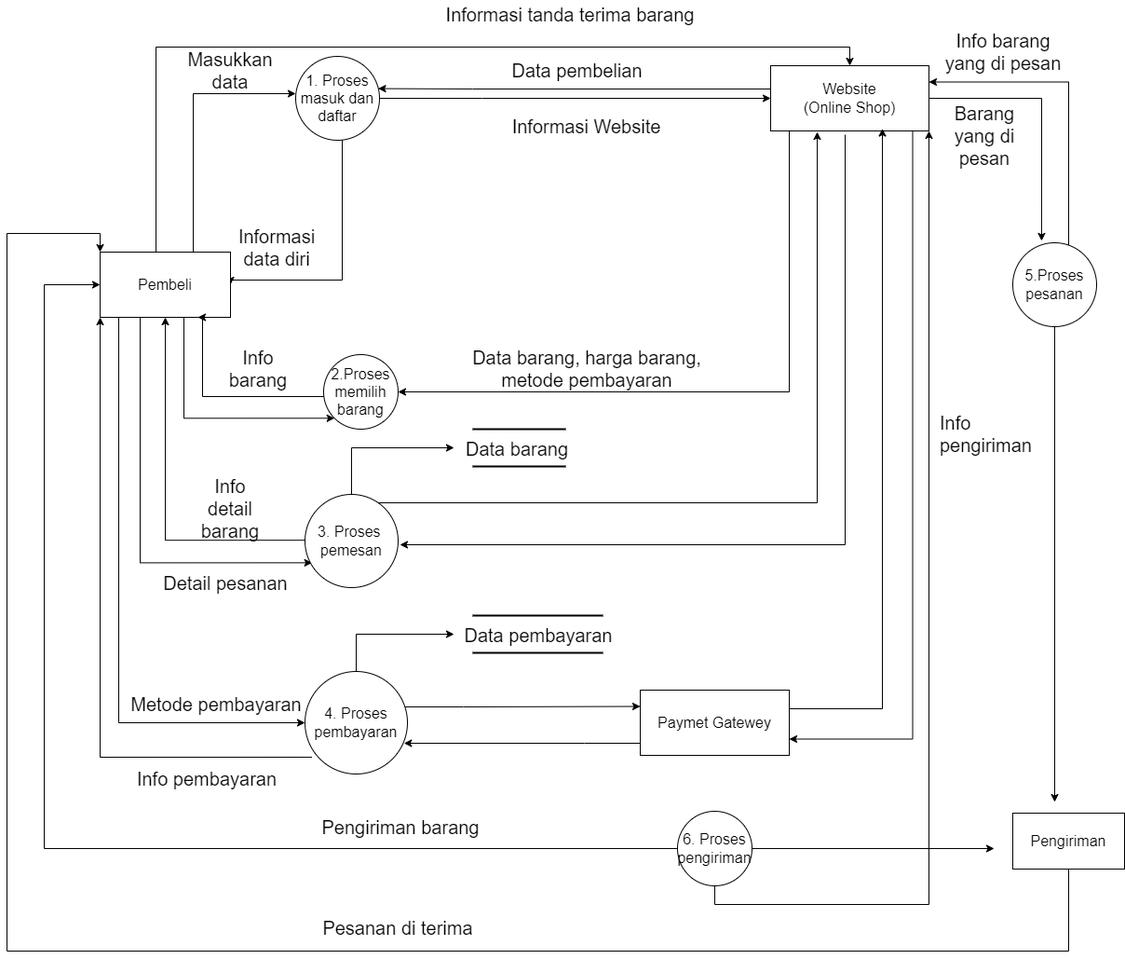
The draw.io diagram DFD Level 0.png in Reihan1112/Reihan1122, before a commit. Source tidied: cells renumbered, new cells last; positions are measured from the earlier drawing's top-left corner, leaving out a move shared by most shapes.
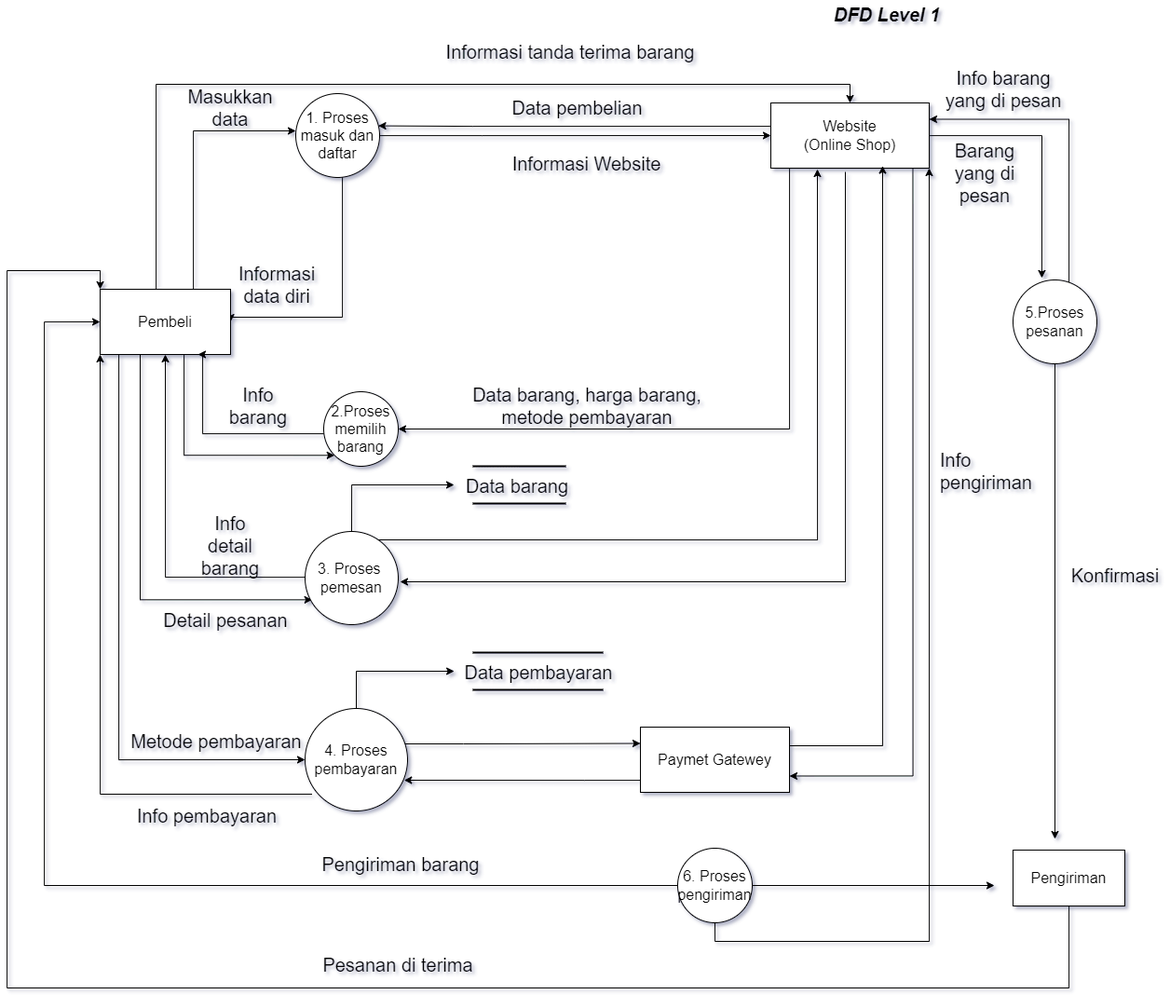
Above is the later version.

Commit message:
DFD Level 1.png

The edit, as a diff of the source:
```diff
@@ -1,4 +1,4 @@
-<mxGraphModel>
+<mxGraphModel shadow="1">
   <root>
     <mxCell id="0" />
     <mxCell id="1" parent="0" />
@@ -20,14 +20,14 @@
     <mxCell id="4" value="1. Proses&lt;br&gt;masuk dan daftar" style="ellipse;whiteSpace=wrap;html=1;fontSize=16;" parent="1" vertex="1">
       <mxGeometry x="310" y="60" width="90" height="90" as="geometry" />
     </mxCell>
-    <mxCell id="5" style="edgeStyle=orthogonalEdgeStyle;rounded=0;jettySize=auto;html=1;fontSize=16;" parent="1" edge="1" source="10">
-      <mxGeometry relative="1" as="geometry">
-        <mxPoint x="310" y="100" as="targetPoint" />
-        <Array as="points">
-          <mxPoint x="200" y="100" />
-        </Array>
-      </mxGeometry>
-    </mxCell>
+    <mxCell id="62" style="edgeStyle=orthogonalEdgeStyle;rounded=0;jettySize=auto;html=1;fontSize=16;" parent="1" edge="1" source="10">
+      <mxGeometry relative="1" as="geometry">
+        <mxPoint x="310" y="100" as="targetPoint" />
+        <Array as="points">
+          <mxPoint x="200" y="100" />
+        </Array>
+      </mxGeometry>
+    </mxCell>
     <mxCell id="6" style="edgeStyle=orthogonalEdgeStyle;rounded=0;jettySize=auto;html=1;fontSize=16;entryX=0;entryY=1;entryDx=0;entryDy=0;" parent="1" edge="1" source="10" target="12">
       <mxGeometry relative="1" as="geometry">
         <Array as="points">
@@ -35,26 +35,26 @@
         </Array>
       </mxGeometry>
     </mxCell>
-    <mxCell id="7" style="edgeStyle=orthogonalEdgeStyle;rounded=0;orthogonalLoop=1;jettySize=auto;html=1;fontSize=16;entryX=0;entryY=1;entryDx=0;entryDy=0;" parent="1" edge="1">
-      <mxGeometry relative="1" as="geometry">
-        <mxPoint x="143" y="288" as="sourcePoint" />
-        <mxPoint x="327.6" y="603.4" as="targetPoint" />
-        <Array as="points">
-          <mxPoint x="143" y="280" />
-          <mxPoint x="143" y="603" />
-        </Array>
-      </mxGeometry>
-    </mxCell>
-    <mxCell id="8" style="edgeStyle=orthogonalEdgeStyle;rounded=0;orthogonalLoop=1;jettySize=auto;html=1;fontSize=16;strokeWidth=1;exitX=0.125;exitY=0.993;exitDx=0;exitDy=0;exitPerimeter=0;entryX=0;entryY=0.5;entryDx=0;entryDy=0;" parent="1" edge="1">
-      <mxGeometry relative="1" as="geometry">
-        <mxPoint x="117.5" y="339.5" as="sourcePoint" />
-        <mxPoint x="320" y="775" as="targetPoint" />
-        <Array as="points">
-          <mxPoint x="120" y="340" />
-          <mxPoint x="120" y="775" />
-        </Array>
-      </mxGeometry>
-    </mxCell>
+    <mxCell id="63" style="edgeStyle=orthogonalEdgeStyle;rounded=0;orthogonalLoop=1;jettySize=auto;html=1;fontSize=16;entryX=0;entryY=1;entryDx=0;entryDy=0;" parent="1" edge="1">
+      <mxGeometry relative="1" as="geometry">
+        <mxPoint x="143" y="288" as="sourcePoint" />
+        <mxPoint x="327.6" y="603.4" as="targetPoint" />
+        <Array as="points">
+          <mxPoint x="143" y="280" />
+          <mxPoint x="143" y="603" />
+        </Array>
+      </mxGeometry>
+    </mxCell>
+    <mxCell id="64" style="edgeStyle=orthogonalEdgeStyle;rounded=0;orthogonalLoop=1;jettySize=auto;html=1;fontSize=16;strokeWidth=1;exitX=0.125;exitY=0.993;exitDx=0;exitDy=0;exitPerimeter=0;entryX=0;entryY=0.5;entryDx=0;entryDy=0;" parent="1" edge="1">
+      <mxGeometry relative="1" as="geometry">
+        <mxPoint x="117.5" y="339.5" as="sourcePoint" />
+        <mxPoint x="320" y="775" as="targetPoint" />
+        <Array as="points">
+          <mxPoint x="120" y="340" />
+          <mxPoint x="120" y="775" />
+        </Array>
+      </mxGeometry>
+    </mxCell>
     <mxCell id="9" style="edgeStyle=orthogonalEdgeStyle;rounded=0;jettySize=auto;html=1;fontSize=16;strokeWidth=1;entryX=0.5;entryY=0;entryDx=0;entryDy=0;" parent="1" edge="1" source="10" target="30">
       <mxGeometry relative="1" as="geometry">
         <Array as="points">
@@ -76,57 +76,57 @@
     <mxCell id="12" value="2.Proses&lt;br&gt;memilih barang" style="ellipse;whiteSpace=wrap;html=1;fontSize=16;" parent="1" vertex="1">
       <mxGeometry x="340" y="380" width="80" height="80" as="geometry" />
     </mxCell>
-    <mxCell id="13" style="edgeStyle=orthogonalEdgeStyle;rounded=0;jettySize=auto;html=1;fontSize=16;exitX=0.5;exitY=0;exitDx=0;exitDy=0;" parent="1" edge="1" source="16">
-      <mxGeometry relative="1" as="geometry">
-        <mxPoint x="480" y="480" as="targetPoint" />
-        <Array as="points">
-          <mxPoint x="370" y="480" />
-        </Array>
-      </mxGeometry>
-    </mxCell>
-    <mxCell id="14" style="edgeStyle=orthogonalEdgeStyle;rounded=0;orthogonalLoop=1;jettySize=auto;html=1;fontSize=16;" parent="1" edge="1">
-      <mxGeometry relative="1" as="geometry">
-        <mxPoint x="332" y="579.2" as="sourcePoint" />
-        <mxPoint x="170" y="340" as="targetPoint" />
-      </mxGeometry>
-    </mxCell>
-    <mxCell id="15" style="edgeStyle=orthogonalEdgeStyle;rounded=0;orthogonalLoop=1;jettySize=auto;html=1;fontSize=16;strokeWidth=1;entryX=0.353;entryY=1.029;entryDx=0;entryDy=0;entryPerimeter=0;" parent="1" edge="1">
-      <mxGeometry relative="1" as="geometry">
-        <mxPoint x="390" y="539" as="sourcePoint" />
-        <mxPoint x="870" y="141" as="targetPoint" />
-        <Array as="points">
-          <mxPoint x="870" y="539" />
-        </Array>
-      </mxGeometry>
-    </mxCell>
+    <mxCell id="65" style="edgeStyle=orthogonalEdgeStyle;rounded=0;jettySize=auto;html=1;fontSize=16;exitX=0.5;exitY=0;exitDx=0;exitDy=0;" parent="1" edge="1" source="16">
+      <mxGeometry relative="1" as="geometry">
+        <mxPoint x="480" y="480" as="targetPoint" />
+        <Array as="points">
+          <mxPoint x="370" y="480" />
+        </Array>
+      </mxGeometry>
+    </mxCell>
+    <mxCell id="66" style="edgeStyle=orthogonalEdgeStyle;rounded=0;orthogonalLoop=1;jettySize=auto;html=1;fontSize=16;" parent="1" edge="1">
+      <mxGeometry relative="1" as="geometry">
+        <mxPoint x="332" y="579.2" as="sourcePoint" />
+        <mxPoint x="170" y="340" as="targetPoint" />
+      </mxGeometry>
+    </mxCell>
+    <mxCell id="67" style="edgeStyle=orthogonalEdgeStyle;rounded=0;orthogonalLoop=1;jettySize=auto;html=1;fontSize=16;strokeWidth=1;entryX=0.353;entryY=1.029;entryDx=0;entryDy=0;entryPerimeter=0;" parent="1" edge="1">
+      <mxGeometry relative="1" as="geometry">
+        <mxPoint x="390" y="539" as="sourcePoint" />
+        <mxPoint x="870" y="141" as="targetPoint" />
+        <Array as="points">
+          <mxPoint x="870" y="539" />
+        </Array>
+      </mxGeometry>
+    </mxCell>
     <mxCell id="16" value="3. Proses&amp;nbsp;&lt;br&gt;pemesan" style="ellipse;whiteSpace=wrap;html=1;fontSize=16;" parent="1" vertex="1">
       <mxGeometry x="320" y="530" width="100" height="100" as="geometry" />
     </mxCell>
-    <mxCell id="17" style="endArrow=none;html=1;rounded=0;fontSize=16;strokeWidth=2;" parent="1" edge="1">
-      <mxGeometry relative="1" as="geometry">
-        <mxPoint x="500" y="460" as="sourcePoint" />
-        <mxPoint x="600" y="460" as="targetPoint" />
-      </mxGeometry>
-    </mxCell>
-    <mxCell id="18" style="endArrow=none;html=1;rounded=0;fontSize=16;strokeWidth=2;" parent="1" edge="1">
-      <mxGeometry relative="1" as="geometry">
-        <mxPoint x="500" y="500" as="sourcePoint" />
-        <mxPoint x="600" y="500" as="targetPoint" />
-        <Array as="points">
-          <mxPoint x="540" y="500" />
-        </Array>
-      </mxGeometry>
-    </mxCell>
-    <mxCell id="19" style="edgeStyle=orthogonalEdgeStyle;rounded=0;orthogonalLoop=1;jettySize=auto;html=1;fontSize=16;strokeWidth=1;" parent="1" edge="1">
-      <mxGeometry relative="1" as="geometry">
-        <mxPoint x="375" y="722" as="sourcePoint" />
-        <mxPoint x="480" y="680" as="targetPoint" />
-        <Array as="points">
-          <mxPoint x="375" y="680" />
-          <mxPoint x="480" y="680" />
-        </Array>
-      </mxGeometry>
-    </mxCell>
+    <mxCell id="68" style="endArrow=none;html=1;rounded=0;fontSize=16;strokeWidth=2;" parent="1" edge="1">
+      <mxGeometry relative="1" as="geometry">
+        <mxPoint x="500" y="460" as="sourcePoint" />
+        <mxPoint x="600" y="460" as="targetPoint" />
+      </mxGeometry>
+    </mxCell>
+    <mxCell id="69" style="endArrow=none;html=1;rounded=0;fontSize=16;strokeWidth=2;" parent="1" edge="1">
+      <mxGeometry relative="1" as="geometry">
+        <mxPoint x="500" y="500" as="sourcePoint" />
+        <mxPoint x="600" y="500" as="targetPoint" />
+        <Array as="points">
+          <mxPoint x="540" y="500" />
+        </Array>
+      </mxGeometry>
+    </mxCell>
+    <mxCell id="70" style="edgeStyle=orthogonalEdgeStyle;rounded=0;orthogonalLoop=1;jettySize=auto;html=1;fontSize=16;strokeWidth=1;" parent="1" edge="1">
+      <mxGeometry relative="1" as="geometry">
+        <mxPoint x="375" y="722" as="sourcePoint" />
+        <mxPoint x="480" y="680" as="targetPoint" />
+        <Array as="points">
+          <mxPoint x="375" y="680" />
+          <mxPoint x="480" y="680" />
+        </Array>
+      </mxGeometry>
+    </mxCell>
     <mxCell id="20" style="edgeStyle=orthogonalEdgeStyle;rounded=0;jettySize=auto;html=1;fontSize=16;strokeWidth=1;exitX=0.068;exitY=0.836;exitDx=0;exitDy=0;exitPerimeter=0;entryX=0;entryY=1;entryDx=0;entryDy=0;" parent="1" edge="1" source="22" target="10">
       <mxGeometry relative="1" as="geometry">
         <Array as="points">
@@ -145,18 +145,18 @@
     <mxCell id="22" value="4. Proses pembayaran" style="ellipse;whiteSpace=wrap;html=1;fontSize=16;" parent="1" vertex="1">
       <mxGeometry x="320" y="720" width="110" height="110" as="geometry" />
     </mxCell>
-    <mxCell id="23" style="endArrow=none;html=1;rounded=0;fontSize=16;strokeWidth=2;" parent="1" edge="1">
-      <mxGeometry relative="1" as="geometry">
-        <mxPoint x="500" y="700" as="sourcePoint" />
-        <mxPoint x="640" y="700" as="targetPoint" />
-      </mxGeometry>
-    </mxCell>
-    <mxCell id="24" style="endArrow=none;html=1;rounded=0;fontSize=16;strokeWidth=2;" parent="1" edge="1">
-      <mxGeometry relative="1" as="geometry">
-        <mxPoint x="500" y="660" as="sourcePoint" />
-        <mxPoint x="640" y="660" as="targetPoint" />
-      </mxGeometry>
-    </mxCell>
+    <mxCell id="71" style="endArrow=none;html=1;rounded=0;fontSize=16;strokeWidth=2;" parent="1" edge="1">
+      <mxGeometry relative="1" as="geometry">
+        <mxPoint x="500" y="700" as="sourcePoint" />
+        <mxPoint x="640" y="700" as="targetPoint" />
+      </mxGeometry>
+    </mxCell>
+    <mxCell id="72" style="endArrow=none;html=1;rounded=0;fontSize=16;strokeWidth=2;" parent="1" edge="1">
+      <mxGeometry relative="1" as="geometry">
+        <mxPoint x="500" y="660" as="sourcePoint" />
+        <mxPoint x="640" y="660" as="targetPoint" />
+      </mxGeometry>
+    </mxCell>
     <mxCell id="25" style="edgeStyle=orthogonalEdgeStyle;rounded=0;jettySize=auto;html=1;entryX=0.984;entryY=0.384;entryDx=0;entryDy=0;entryPerimeter=0;fontSize=16;strokeWidth=1;" parent="1" edge="1" source="30" target="4">
       <mxGeometry relative="1" as="geometry">
         <Array as="points">
@@ -172,16 +172,16 @@
         </Array>
       </mxGeometry>
     </mxCell>
-    <mxCell id="27" style="edgeStyle=orthogonalEdgeStyle;rounded=0;orthogonalLoop=1;jettySize=auto;html=1;fontSize=16;strokeWidth=1;entryX=1;entryY=0.5;entryDx=0;entryDy=0;" parent="1" edge="1">
-      <mxGeometry relative="1" as="geometry">
-        <mxPoint x="900" y="144" as="sourcePoint" />
-        <mxPoint x="422" y="584" as="targetPoint" />
-        <Array as="points">
-          <mxPoint x="900" y="144" />
-          <mxPoint x="900" y="584" />
-        </Array>
-      </mxGeometry>
-    </mxCell>
+    <mxCell id="73" style="edgeStyle=orthogonalEdgeStyle;rounded=0;orthogonalLoop=1;jettySize=auto;html=1;fontSize=16;strokeWidth=1;entryX=1;entryY=0.5;entryDx=0;entryDy=0;" parent="1" edge="1">
+      <mxGeometry relative="1" as="geometry">
+        <mxPoint x="900" y="144" as="sourcePoint" />
+        <mxPoint x="422" y="584" as="targetPoint" />
+        <Array as="points">
+          <mxPoint x="900" y="144" />
+          <mxPoint x="900" y="584" />
+        </Array>
+      </mxGeometry>
+    </mxCell>
     <mxCell id="28" style="edgeStyle=orthogonalEdgeStyle;rounded=0;jettySize=auto;html=1;fontSize=16;strokeWidth=1;entryX=1;entryY=0.75;entryDx=0;entryDy=0;exitX=0.897;exitY=0.993;exitDx=0;exitDy=0;exitPerimeter=0;" parent="1" edge="1" source="30" target="33">
       <mxGeometry relative="1" as="geometry" />
     </mxCell>
@@ -199,14 +199,14 @@
         </Array>
       </mxGeometry>
     </mxCell>
-    <mxCell id="32" style="edgeStyle=orthogonalEdgeStyle;rounded=0;jettySize=auto;html=1;fontSize=16;strokeWidth=1;" parent="1" edge="1" source="33">
-      <mxGeometry relative="1" as="geometry">
-        <mxPoint x="940" y="137.5" as="targetPoint" />
-        <Array as="points">
-          <mxPoint x="940" y="760" />
-        </Array>
-      </mxGeometry>
-    </mxCell>
+    <mxCell id="74" style="edgeStyle=orthogonalEdgeStyle;rounded=0;jettySize=auto;html=1;fontSize=16;strokeWidth=1;" parent="1" edge="1" source="33">
+      <mxGeometry relative="1" as="geometry">
+        <mxPoint x="940" y="137.5" as="targetPoint" />
+        <Array as="points">
+          <mxPoint x="940" y="760" />
+        </Array>
+      </mxGeometry>
+    </mxCell>
     <mxCell id="33" value="Paymet Gatewey" style="rounded=0;whiteSpace=wrap;html=1;fontSize=16;" parent="1" vertex="1">
       <mxGeometry x="680" y="740" width="160" height="70" as="geometry" />
     </mxCell>
@@ -217,11 +217,11 @@
         </Array>
       </mxGeometry>
     </mxCell>
-    <mxCell id="35" style="edgeStyle=orthogonalEdgeStyle;rounded=0;jettySize=auto;html=1;fontSize=16;strokeWidth=1;" parent="1" edge="1" source="36">
-      <mxGeometry relative="1" as="geometry">
-        <mxPoint x="1125" y="860" as="targetPoint" />
-      </mxGeometry>
-    </mxCell>
+    <mxCell id="75" style="edgeStyle=orthogonalEdgeStyle;rounded=0;jettySize=auto;html=1;fontSize=16;strokeWidth=1;" parent="1" edge="1" source="36">
+      <mxGeometry relative="1" as="geometry">
+        <mxPoint x="1125" y="860" as="targetPoint" />
+      </mxGeometry>
+    </mxCell>
     <mxCell id="36" value="5.Proses&lt;br&gt;pesanan" style="ellipse;whiteSpace=wrap;html=1;fontSize=16;" parent="1" vertex="1">
       <mxGeometry x="1080" y="260" width="90" height="90" as="geometry" />
     </mxCell>
@@ -238,11 +238,11 @@
     <mxCell id="38" value="Pengiriman" style="rounded=0;whiteSpace=wrap;html=1;fontSize=16;" parent="1" vertex="1">
       <mxGeometry x="1080" y="872" width="120" height="60" as="geometry" />
     </mxCell>
-    <mxCell id="39" style="edgeStyle=orthogonalEdgeStyle;rounded=0;jettySize=auto;html=1;fontSize=16;strokeWidth=1;" parent="1" edge="1" source="42">
-      <mxGeometry relative="1" as="geometry">
-        <mxPoint x="1060" y="910" as="targetPoint" />
-      </mxGeometry>
-    </mxCell>
+    <mxCell id="76" style="edgeStyle=orthogonalEdgeStyle;rounded=0;jettySize=auto;html=1;fontSize=16;strokeWidth=1;" parent="1" edge="1" source="42">
+      <mxGeometry relative="1" as="geometry">
+        <mxPoint x="1060" y="910" as="targetPoint" />
+      </mxGeometry>
+    </mxCell>
     <mxCell id="40" style="edgeStyle=orthogonalEdgeStyle;rounded=0;jettySize=auto;html=1;fontSize=16;strokeWidth=1;entryX=1;entryY=1;entryDx=0;entryDy=0;" parent="1" edge="1" source="42" target="30">
       <mxGeometry relative="1" as="geometry">
         <Array as="points">
@@ -313,11 +313,17 @@
     <mxCell id="59" value="Info pengiriman" style="text;html=1;strokeColor=none;fillColor=none;align=left;verticalAlign=middle;whiteSpace=wrap;rounded=0;fontSize=20;" parent="1" vertex="1">
       <mxGeometry x="1000" y="450" width="60" height="30" as="geometry" />
     </mxCell>
+    <mxCell id="77" value="Konfirmasi" style="text;html=1;strokeColor=none;fillColor=none;align=center;verticalAlign=middle;whiteSpace=wrap;rounded=0;fontSize=20;" parent="1" vertex="1">
+      <mxGeometry x="1160" y="562" width="60" height="30" as="geometry" />
+    </mxCell>
     <mxCell id="60" value="Pesanan di terima" style="text;html=1;strokeColor=none;fillColor=none;align=center;verticalAlign=middle;whiteSpace=wrap;rounded=0;fontSize=20;" parent="1" vertex="1">
       <mxGeometry x="300" y="980" width="240" height="30" as="geometry" />
     </mxCell>
     <mxCell id="61" value="Pengiriman barang" style="text;html=1;strokeColor=none;fillColor=none;align=center;verticalAlign=middle;whiteSpace=wrap;rounded=0;fontSize=20;" parent="1" vertex="1">
       <mxGeometry x="328" y="872" width="190" height="30" as="geometry" />
     </mxCell>
+    <mxCell id="78" value="DFD Level 1" style="text;html=1;strokeColor=none;fillColor=none;align=center;verticalAlign=middle;whiteSpace=wrap;rounded=0;fontSize=20;fontStyle=3;" parent="1" vertex="1">
+      <mxGeometry x="870" y="-40" width="150" height="30" as="geometry" />
+    </mxCell>
   </root>
 </mxGraphModel>
```
